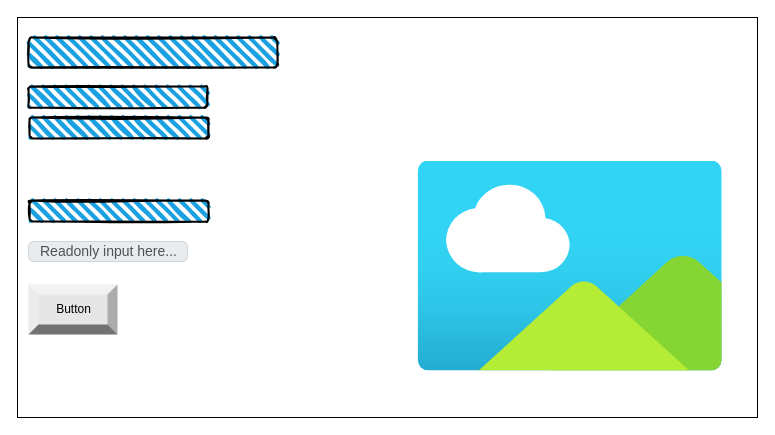
The draw.io diagram page "Page-1" (1 of 2) of design/story-board.drawio in ekaterina-chernykh/ICS20-Unit-5-01, before the edit. Source tidied: cells renumbered, new cells numbered last; positions are measured from the earlier drawing's top-left corner, leaving out a move shared by most shapes. Both pictures are drawn from the tidied source at 100%, with x=0, y=0 at pixel (17, 17).
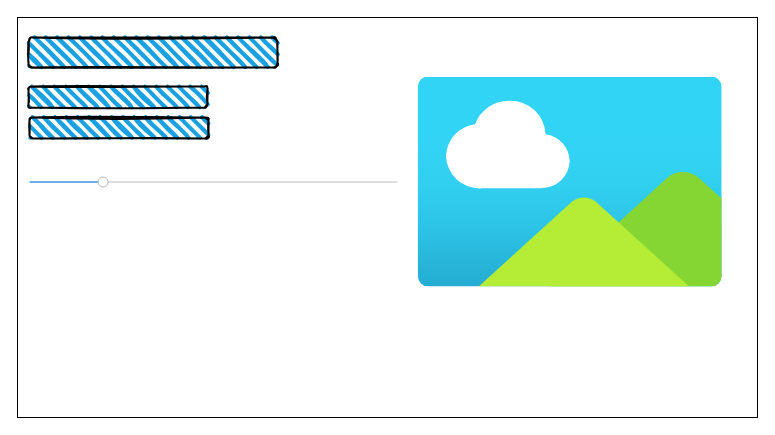
Above is the later version.

Change to the diagram source:
```diff
@@
 <mxGraphModel>
   <root>
     <mxCell id="0" />
     <mxCell id="1" parent="0" />
     <mxCell id="2" style="rounded=0;whiteSpace=wrap;html=1;" parent="1" vertex="1">
       <mxGeometry width="740" height="400" as="geometry" />
     </mxCell>
     <mxCell id="3" style="rounded=1;whiteSpace=wrap;html=1;strokeWidth=2;fillWeight=4;hachureGap=8;hachureAngle=45;fillColor=#1ba1e2;sketch=1;" parent="1" vertex="1">
       <mxGeometry x="11" y="20" width="249" height="30" as="geometry" />
     </mxCell>
     <mxCell id="4" style="rounded=1;whiteSpace=wrap;html=1;strokeWidth=2;fillWeight=4;hachureGap=8;hachureAngle=45;fillColor=#1ba1e2;sketch=1;" parent="1" vertex="1">
       <mxGeometry x="12" y="100" width="179" height="21" as="geometry" />
     </mxCell>
     <mxCell id="5" style="rounded=1;whiteSpace=wrap;html=1;strokeWidth=2;fillWeight=4;hachureGap=8;hachureAngle=45;fillColor=#1ba1e2;sketch=1;" parent="1" vertex="1">
       <mxGeometry x="11" y="69" width="179" height="21" as="geometry" />
     </mxCell>
-    <mxCell id="6" style="rounded=1;whiteSpace=wrap;html=1;strokeWidth=2;fillWeight=4;hachureGap=8;hachureAngle=45;fillColor=#1ba1e2;sketch=1;" parent="1" vertex="1">
-      <mxGeometry x="12" y="183" width="179" height="21" as="geometry" />
-    </mxCell>
-    <mxCell id="7" value="Readonly input here..." style="html=1;shadow=0;dashed=0;shape=mxgraph.bootstrap.rrect;rSize=5;strokeColor=#CED4DA;strokeWidth=1;fillColor=#E9ECEF;fontColor=#505050;whiteSpace=wrap;align=left;verticalAlign=middle;spacingLeft=10;fontSize=14;" parent="1" vertex="1">
-      <mxGeometry x="11" y="224" width="159" height="20" as="geometry" />
-    </mxCell>
-    <mxCell id="8" value="Button" style="labelPosition=center;verticalLabelPosition=middle;align=center;html=1;shape=mxgraph.basic.shaded_button;dx=10;fillColor=#E6E6E6;strokeColor=none;" parent="1" vertex="1">
-      <mxGeometry x="11" y="267" width="89" height="50" as="geometry" />
-    </mxCell>
     <mxCell id="9" style="html=1;align=center;image;fontSize=12;image=img/lib/azure2/general/Image.svg;fillColor=#BA6D07;" parent="1" vertex="1">
-      <mxGeometry x="400" y="143.5" width="305.4" height="210" as="geometry" />
+      <mxGeometry x="400" y="59.5" width="305.4" height="210" as="geometry" />
     </mxCell>
+    <mxCell id="10" style="html=1;verticalLabelPosition=bottom;labelBackgroundColor=#ffffff;verticalAlign=top;shadow=0;dashed=0;strokeWidth=1;shape=mxgraph.ios7ui.slider;barPos=20;strokeColor=#0080f0;strokeColor2=#a0a0a0;" parent="1" vertex="1">
+      <mxGeometry x="12" y="157" width="368" height="15" as="geometry" />
+    </mxCell>
   </root>
 </mxGraphModel>
```
